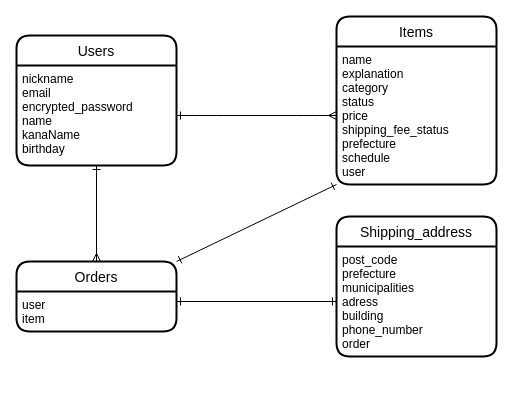
Before: ERD.dio in kitapiku/furima-39646, a draw.io diagram. Source tidied: cells renumbered, new cells numbered last; positions are measured from the earlier drawing's top-left corner, leaving out a move shared by most shapes. Both pictures are drawn from the tidied source at 100%, with x=0, y=0 at pixel (16, 16).
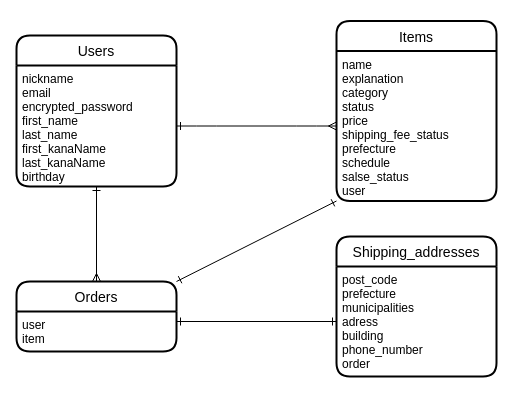
The same page after the edit.

Change to the diagram source:
```diff
@@
 <mxGraphModel>
   <root>
     <mxCell id="0" />
     <mxCell id="1" parent="0" />
     <mxCell id="2" value="Users" style="swimlane;horizontal=1;startSize=30;rounded=1;fontSize=14;fontStyle=0;strokeWidth=2;shadow=0;dashed=0;align=center;" parent="1" vertex="1">
-      <mxGeometry y="19" width="160" height="130" as="geometry" />
+      <mxGeometry y="19" width="160" height="151" as="geometry" />
     </mxCell>
-    <mxCell id="3" value="nickname&#10;email&#10;encrypted_password&#10;name&#10;kanaName&#10;birthday" style="align=left;strokeColor=none;fillColor=none;spacingLeft=4;fontSize=12;verticalAlign=top;" parent="2" vertex="1">
-      <mxGeometry y="30" width="160" height="100" as="geometry" />
+    <mxCell id="3" value="nickname&#10;email&#10;encrypted_password&#10;first_name&#10;last_name&#10;first_kanaName&#10;last_kanaName&#10;birthday" style="align=left;strokeColor=none;fillColor=none;spacingLeft=4;fontSize=12;verticalAlign=top;" parent="2" vertex="1">
+      <mxGeometry y="30" width="160" height="121" as="geometry" />
     </mxCell>
     <mxCell id="4" value="Items" style="swimlane;horizontal=1;startSize=30;rounded=1;fontSize=14;fontStyle=0;strokeWidth=2;shadow=0;dashed=0;align=center;" parent="1" vertex="1">
-      <mxGeometry x="320" width="160" height="168" as="geometry" />
+      <mxGeometry x="320" y="4.5" width="160" height="180" as="geometry" />
     </mxCell>
-    <mxCell id="5" value="name&#10;explanation&#10;category&#10;status&#10;price&#10;shipping_fee_status&#10;prefecture&#10;schedule&#10;user" style="align=left;strokeColor=none;fillColor=none;spacingLeft=4;fontSize=12;verticalAlign=top;" parent="4" vertex="1">
-      <mxGeometry y="30" width="160" height="138" as="geometry" />
+    <mxCell id="5" value="name&#10;explanation&#10;category&#10;status&#10;price&#10;shipping_fee_status&#10;prefecture&#10;schedule&#10;salse_status&#10;user" style="align=left;strokeColor=none;fillColor=none;spacingLeft=4;fontSize=12;verticalAlign=top;" parent="4" vertex="1">
+      <mxGeometry y="30" width="160" height="150" as="geometry" />
     </mxCell>
-    <mxCell id="6" value="Shipping_address" style="swimlane;horizontal=1;startSize=30;rounded=1;fontSize=14;fontStyle=0;strokeWidth=2;shadow=0;dashed=0;align=center;" parent="1" vertex="1">
-      <mxGeometry x="320" y="200" width="160" height="140" as="geometry" />
+    <mxCell id="6" value="Shipping_addresses" style="swimlane;horizontal=1;startSize=30;rounded=1;fontSize=14;fontStyle=0;strokeWidth=2;shadow=0;dashed=0;align=center;" parent="1" vertex="1">
+      <mxGeometry x="320" y="220" width="160" height="140" as="geometry" />
     </mxCell>
     <mxCell id="7" value="post_code&#10;prefecture&#10;municipalities&#10;adress&#10;building&#10;phone_number&#10;order" style="align=left;strokeColor=none;fillColor=none;spacingLeft=4;fontSize=12;verticalAlign=top;" parent="6" vertex="1">
       <mxGeometry y="30" width="160" height="110" as="geometry" />
     </mxCell>
     <mxCell id="8" value="Orders" style="swimlane;horizontal=1;startSize=30;rounded=1;fontSize=14;fontStyle=0;strokeWidth=2;shadow=0;dashed=0;align=center;" parent="1" vertex="1">
-      <mxGeometry y="245" width="160" height="70" as="geometry" />
+      <mxGeometry y="265" width="160" height="70" as="geometry" />
     </mxCell>
     <mxCell id="9" value="user&#10;item" style="align=left;strokeColor=none;fillColor=none;spacingLeft=4;fontSize=12;verticalAlign=top;" parent="8" vertex="1">
       <mxGeometry y="30" width="160" height="40" as="geometry" />
     </mxCell>
     <mxCell id="10" style="edgeStyle=entityRelationEdgeStyle;fontSize=12;html=1;endArrow=ERmany;startArrow=ERone;exitX=1;exitY=0.5;exitDx=0;exitDy=0;entryX=0;entryY=0.5;entryDx=0;entryDy=0;startFill=0;endFill=0;" parent="1" edge="1" source="3" target="5">
       <mxGeometry relative="1" as="geometry" />
     </mxCell>
     <mxCell id="11" style="edgeStyle=none;html=1;exitX=0.5;exitY=1;exitDx=0;exitDy=0;entryX=0.5;entryY=0;entryDx=0;entryDy=0;startArrow=ERone;startFill=0;endArrow=ERmany;endFill=0;" parent="1" edge="1" source="3" target="8">
       <mxGeometry relative="1" as="geometry" />
     </mxCell>
     <mxCell id="12" style="edgeStyle=none;html=1;exitX=1;exitY=0.25;exitDx=0;exitDy=0;entryX=0;entryY=0.5;entryDx=0;entryDy=0;startArrow=ERone;startFill=0;endArrow=ERone;endFill=0;" parent="1" edge="1" source="9" target="7">
       <mxGeometry relative="1" as="geometry" />
     </mxCell>
     <mxCell id="13" style="edgeStyle=none;html=1;exitX=0;exitY=1;exitDx=0;exitDy=0;entryX=1;entryY=0;entryDx=0;entryDy=0;startArrow=ERone;startFill=0;endArrow=ERone;endFill=0;" parent="1" edge="1" source="5" target="8">
       <mxGeometry relative="1" as="geometry" />
     </mxCell>
   </root>
 </mxGraphModel>
```
